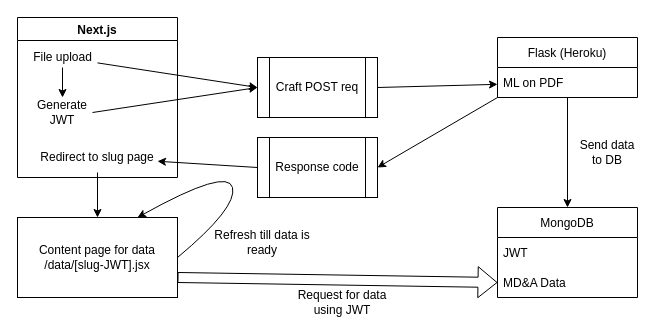
The draw.io diagram tech_breakdown.drawio in TsienJin/teamHotelTriviaGo, before the edit. Source tidied: cells renumbered, new cells numbered last; positions are measured from the earlier drawing's top-left corner, leaving out a move shared by most shapes. Both pictures are drawn from the tidied source at 100%, with x=0, y=0 at pixel (17, 17).
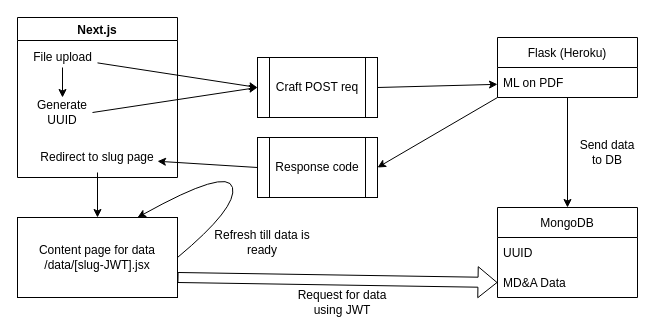
Above is the later version.

Commit message:
Changed JWT to uuid

Unchanged cells that the change refers to:
```xml
<mxCell id="2" value="Next.js" style="swimlane;" parent="1" vertex="1">
  <mxGeometry width="160" height="160" as="geometry" />
</mxCell>
<mxCell id="19" value="MongoDB" style="swimlane;fontStyle=0;horizontal=1;startSize=30;" parent="1" vertex="1">
  <mxGeometry x="480" y="190" width="140" height="90" as="geometry" />
</mxCell>
```

What changed in the source:
```diff
@@
-    <mxCell id="4" value="Generate JWT" style="text;html=1;strokeColor=none;fillColor=none;align=center;verticalAlign=middle;whiteSpace=wrap;rounded=0;" parent="2" vertex="1">
+    <mxCell id="4" value="Generate UUID" style="text;html=1;strokeColor=none;fillColor=none;align=center;verticalAlign=middle;whiteSpace=wrap;rounded=0;" parent="2" vertex="1">
       <mxGeometry x="15" y="80" width="60" height="30" as="geometry" />
     </mxCell>
@@
-    <mxCell id="20" value="JWT" style="text;strokeColor=none;fillColor=none;align=left;verticalAlign=middle;spacingLeft=4;spacingRight=4;overflow=hidden;" parent="19" vertex="1">
+    <mxCell id="20" value="UUID" style="text;strokeColor=none;fillColor=none;align=left;verticalAlign=middle;spacingLeft=4;spacingRight=4;overflow=hidden;" parent="19" vertex="1">
       <mxGeometry y="30" width="140" height="30" as="geometry" />
     </mxCell>
```
